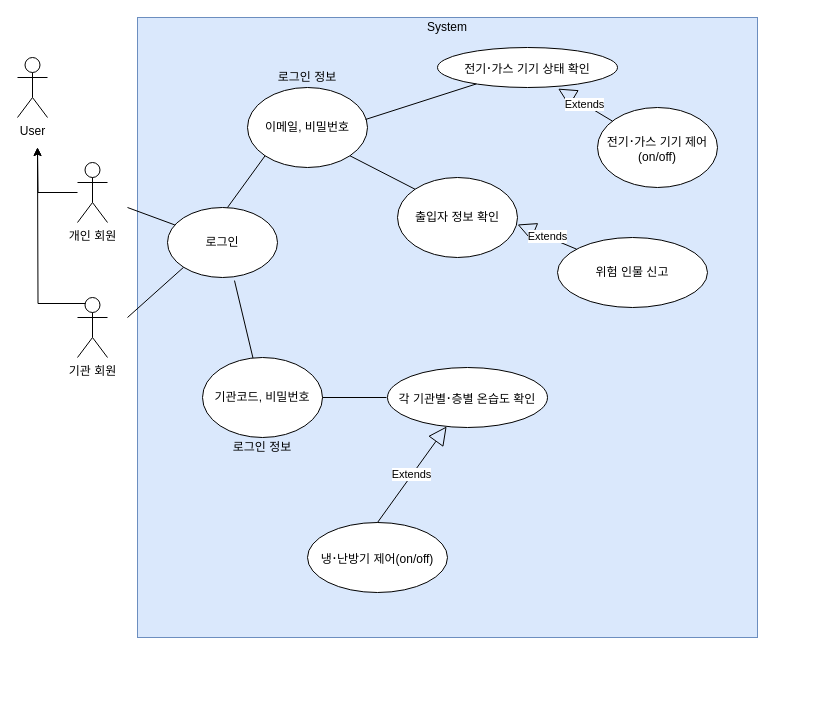
The draw.io diagram Use Case Diagram.drawio in gustn2870/2020_KOSTA, before the edit. Source tidied: cells renumbered, new cells numbered last; positions are measured from the earlier drawing's top-left corner, leaving out a move shared by most shapes. Both pictures are drawn from the tidied source at 100%, with x=0, y=0 at pixel (17, 17).
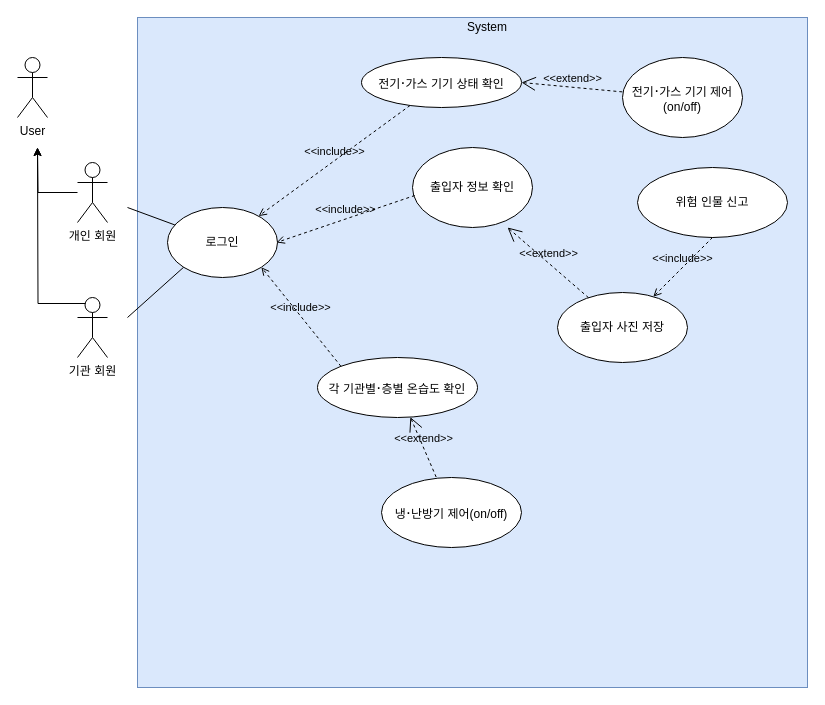
Above is the later version.

The change refers to these unchanged cells:
```xml
<mxCell id="9" value="로그인" style="ellipse;whiteSpace=wrap;html=1;" parent="1" vertex="1">
  <mxGeometry x="150" y="190" width="110" height="70" as="geometry" />
</mxCell>
```

Change to the diagram source:
```diff
@@
     <mxCell id="2" style="whiteSpace=wrap;html=1;fillColor=#dae8fc;strokeColor=#6c8ebf;" parent="1" vertex="1">
-      <mxGeometry x="120" width="620" height="620" as="geometry" />
+      <mxGeometry x="120" width="670" height="670" as="geometry" />
     </mxCell>
@@
     <mxCell id="8" value="System&lt;br&gt;" style="text;html=1;strokeColor=none;fillColor=none;align=center;verticalAlign=middle;whiteSpace=wrap;rounded=0;" parent="1" vertex="1">
-      <mxGeometry x="410" width="40" height="20" as="geometry" />
+      <mxGeometry x="450" width="40" height="20" as="geometry" />
     </mxCell>
@@
     <mxCell id="10" value="전기&lt;span style=&quot;font-family: &amp;#34;맑은 고딕&amp;#34; ; font-size: 12pt ; letter-spacing: 0pt&quot;&gt;·&lt;/span&gt;&lt;span&gt;가스 기기 상태 확인&lt;/span&gt;" style="ellipse;whiteSpace=wrap;html=1;" parent="1" vertex="1">
-      <mxGeometry x="420" y="30" width="180" height="40" as="geometry" />
+      <mxGeometry x="344" y="40" width="160" height="50" as="geometry" />
     </mxCell>
     <mxCell id="11" value="각 기관별&lt;span style=&quot;font-family: &amp;#34;맑은 고딕&amp;#34; ; font-size: 12pt ; letter-spacing: 0pt&quot;&gt;·&lt;/span&gt;&lt;span&gt;층별 온습도 확인&lt;/span&gt;" style="ellipse;whiteSpace=wrap;html=1;" parent="1" vertex="1">
-      <mxGeometry x="370" y="350" width="160" height="60" as="geometry" />
+      <mxGeometry x="300" y="340" width="160" height="60" as="geometry" />
     </mxCell>
-    <mxCell id="12" value="이메일, 비밀번호" style="ellipse;whiteSpace=wrap;html=1;" parent="1" vertex="1">
-      <mxGeometry x="230" y="70" width="120" height="80" as="geometry" />
-    </mxCell>
-    <mxCell id="13" value="기관코드, 비밀번호" style="ellipse;whiteSpace=wrap;html=1;" parent="1" vertex="1">
-      <mxGeometry x="185" y="340" width="120" height="80" as="geometry" />
-    </mxCell>
-    <mxCell id="14" style="endArrow=none;html=1;entryX=0;entryY=1;entryDx=0;entryDy=0;" parent="1" edge="1" target="12">
-      <mxGeometry relative="1" as="geometry">
-        <mxPoint x="210" y="190" as="sourcePoint" />
-      </mxGeometry>
-    </mxCell>
-    <mxCell id="15" style="endArrow=none;html=1;entryX=0.609;entryY=1.044;entryDx=0;entryDy=0;entryPerimeter=0;" parent="1" edge="1" source="13" target="9">
-      <mxGeometry relative="1" as="geometry" />
-    </mxCell>
     <mxCell id="16" value="냉&lt;span style=&quot;font-family: &amp;#34;맑은 고딕&amp;#34; ; font-size: 12pt ; letter-spacing: 0pt&quot;&gt;·&lt;/span&gt;&lt;span&gt;난방기 제어(on/off)&lt;/span&gt;" style="ellipse;whiteSpace=wrap;html=1;" parent="1" vertex="1">
-      <mxGeometry x="290" y="505" width="140" height="70" as="geometry" />
+      <mxGeometry x="364" y="460" width="140" height="70" as="geometry" />
     </mxCell>
     <mxCell id="17" value="전기&lt;span style=&quot;font-family: &amp;#34;맑은 고딕&amp;#34; ; font-size: 12pt ; letter-spacing: 0pt&quot;&gt;·&lt;/span&gt;&lt;span&gt;가스 기기 제어(on/off)&lt;/span&gt;" style="ellipse;whiteSpace=wrap;html=1;" parent="1" vertex="1">
-      <mxGeometry x="580" y="90" width="120" height="80" as="geometry" />
+      <mxGeometry x="605" y="40" width="120" height="80" as="geometry" />
     </mxCell>
-    <mxCell id="18" value="로그인 정보" style="text;html=1;strokeColor=none;fillColor=none;align=center;verticalAlign=middle;whiteSpace=wrap;rounded=0;" parent="1" vertex="1">
-      <mxGeometry x="245" y="50" width="90" height="20" as="geometry" />
-    </mxCell>
-    <mxCell id="19" value="로그인 정보" style="text;html=1;strokeColor=none;fillColor=none;align=center;verticalAlign=middle;whiteSpace=wrap;rounded=0;" parent="1" vertex="1">
-      <mxGeometry x="200" y="420" width="90" height="20" as="geometry" />
-    </mxCell>
-    <mxCell id="20" style="endArrow=none;html=1;exitX=0.983;exitY=0.4;exitDx=0;exitDy=0;exitPerimeter=0;" parent="1" edge="1" source="12" target="10">
-      <mxGeometry relative="1" as="geometry" />
-    </mxCell>
-    <mxCell id="21" style="endArrow=none;html=1;exitX=1;exitY=0.5;exitDx=0;exitDy=0;" parent="1" edge="1" source="13">
-      <mxGeometry relative="1" as="geometry">
-        <mxPoint x="369" y="380" as="targetPoint" />
-      </mxGeometry>
-    </mxCell>
-    <mxCell id="22" value="Extends" style="endArrow=block;endSize=16;endFill=0;html=1;exitX=0.5;exitY=0;exitDx=0;exitDy=0;" parent="1" edge="1" source="16" target="11">
-      <mxGeometry relative="1" as="geometry" />
-    </mxCell>
-    <mxCell id="23" value="Extends" style="endArrow=block;endSize=16;endFill=0;html=1;entryX=0.67;entryY=1.028;entryDx=0;entryDy=0;entryPerimeter=0;" parent="1" edge="1" source="17" target="10">
-      <mxGeometry relative="1" as="geometry" />
-    </mxCell>
@@
     <mxCell id="26" value="출입자 정보 확인" style="ellipse;whiteSpace=wrap;html=1;" parent="1" vertex="1">
-      <mxGeometry x="380" y="160" width="120" height="80" as="geometry" />
+      <mxGeometry x="395" y="130" width="120" height="80" as="geometry" />
     </mxCell>
-    <mxCell id="27" style="endArrow=none;html=1;exitX=1;exitY=1;exitDx=0;exitDy=0;entryX=0;entryY=0;entryDx=0;entryDy=0;" parent="1" edge="1" source="12" target="26">
-      <mxGeometry relative="1" as="geometry" />
-    </mxCell>
     <mxCell id="28" value="위험 인물 신고" style="ellipse;whiteSpace=wrap;html=1;" parent="1" vertex="1">
-      <mxGeometry x="540" y="220" width="150" height="70" as="geometry" />
+      <mxGeometry x="620" y="150" width="150" height="70" as="geometry" />
     </mxCell>
-    <mxCell id="29" value="Extends" style="endArrow=block;endSize=16;endFill=0;html=1;" parent="1" edge="1" source="28">
-      <mxGeometry relative="1" as="geometry">
-        <mxPoint x="500" y="207" as="targetPoint" />
-      </mxGeometry>
-    </mxCell>
+    <mxCell id="30" value="&amp;lt;&amp;lt;extend&amp;gt;&amp;gt;" style="edgeStyle=none;html=1;startArrow=open;endArrow=none;startSize=12;verticalAlign=bottom;dashed=1;labelBackgroundColor=none;exitX=1;exitY=0.5;exitDx=0;exitDy=0;" parent="1" edge="1" source="10" target="17">
+      <mxGeometry relative="1" as="geometry" />
+    </mxCell>
+    <mxCell id="31" value="&amp;lt;&amp;lt;extend&amp;gt;&amp;gt;" style="edgeStyle=none;html=1;startArrow=open;endArrow=none;startSize=12;verticalAlign=bottom;dashed=1;labelBackgroundColor=none;" parent="1" edge="1" source="11" target="16">
+      <mxGeometry relative="1" as="geometry" />
+    </mxCell>
+    <mxCell id="32" value="&amp;lt;&amp;lt;include&amp;gt;&amp;gt;" style="edgeStyle=none;html=1;endArrow=open;verticalAlign=bottom;dashed=1;labelBackgroundColor=none;" parent="1" edge="1" source="10" target="9">
+      <mxGeometry relative="1" as="geometry" />
+    </mxCell>
+    <mxCell id="33" value="&amp;lt;&amp;lt;include&amp;gt;&amp;gt;" style="edgeStyle=none;html=1;endArrow=open;verticalAlign=bottom;dashed=1;labelBackgroundColor=none;exitX=0.019;exitY=0.6;exitDx=0;exitDy=0;exitPerimeter=0;" parent="1" edge="1" source="26">
+      <mxGeometry relative="1" as="geometry">
+        <mxPoint x="259" y="225" as="targetPoint" />
+      </mxGeometry>
+    </mxCell>
+    <mxCell id="34" value="&amp;lt;&amp;lt;include&amp;gt;&amp;gt;" style="edgeStyle=none;html=1;endArrow=open;verticalAlign=bottom;dashed=1;labelBackgroundColor=none;entryX=1;entryY=1;entryDx=0;entryDy=0;exitX=0;exitY=0;exitDx=0;exitDy=0;" parent="1" edge="1" source="11" target="9">
+      <mxGeometry relative="1" as="geometry" />
+    </mxCell>
+    <mxCell id="35" value="&amp;lt;&amp;lt;include&amp;gt;&amp;gt;" style="edgeStyle=none;html=1;endArrow=open;verticalAlign=bottom;dashed=1;labelBackgroundColor=none;exitX=0.5;exitY=1;exitDx=0;exitDy=0;" parent="1" edge="1" source="28" target="36">
+      <mxGeometry relative="1" as="geometry" />
+    </mxCell>
+    <mxCell id="36" value="출입자 사진 저장" style="ellipse;whiteSpace=wrap;html=1;" parent="1" vertex="1">
+      <mxGeometry x="540" y="275" width="130" height="70" as="geometry" />
+    </mxCell>
+    <mxCell id="37" value="&amp;lt;&amp;lt;extend&amp;gt;&amp;gt;" style="edgeStyle=none;html=1;startArrow=open;endArrow=none;startSize=12;verticalAlign=bottom;dashed=1;labelBackgroundColor=none;exitX=0.792;exitY=1;exitDx=0;exitDy=0;exitPerimeter=0;" parent="1" edge="1" source="26" target="36">
+      <mxGeometry relative="1" as="geometry" />
+    </mxCell>
```
